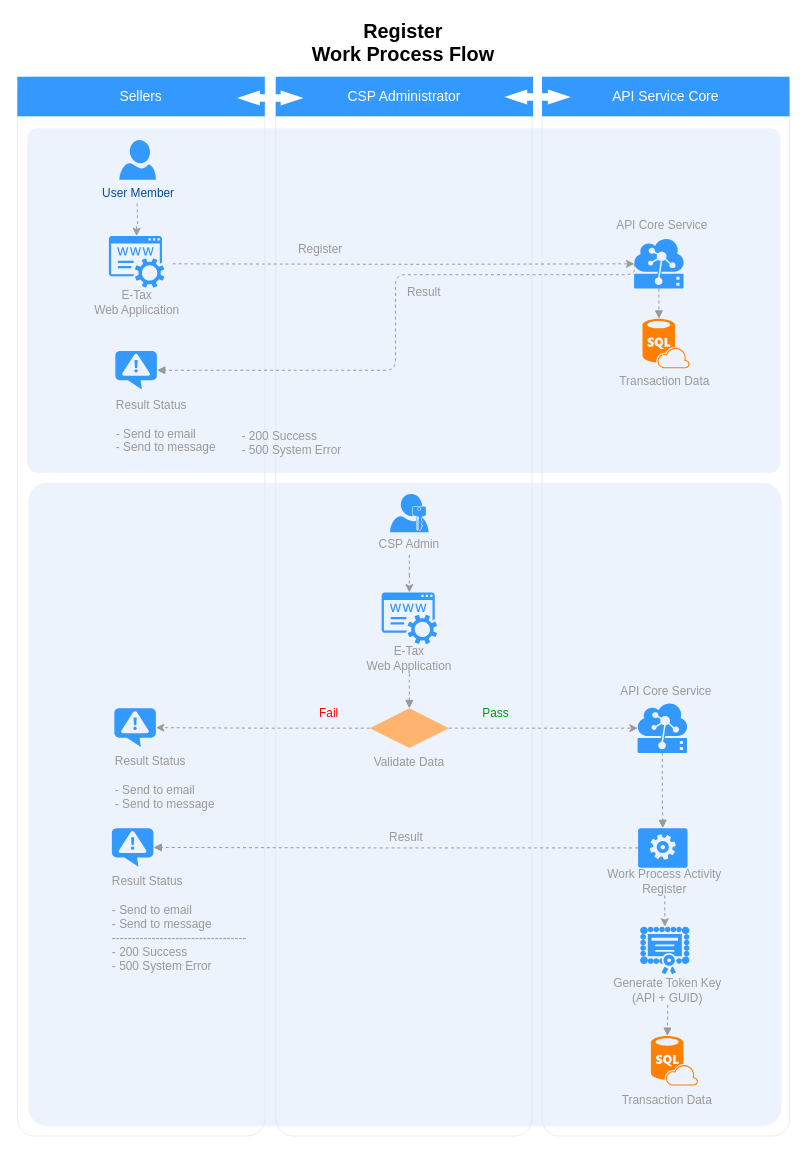
Above: Register Work Process Flow.drawio in nirawat/eTax (draw.io), before the change. Source tidied: cells renumbered, new cells numbered last; positions are measured from the earlier drawing's top-left corner, leaving out a move shared by most shapes. Both pictures are drawn from the tidied source at 99%, with x=0, y=0 at pixel (17, 17).
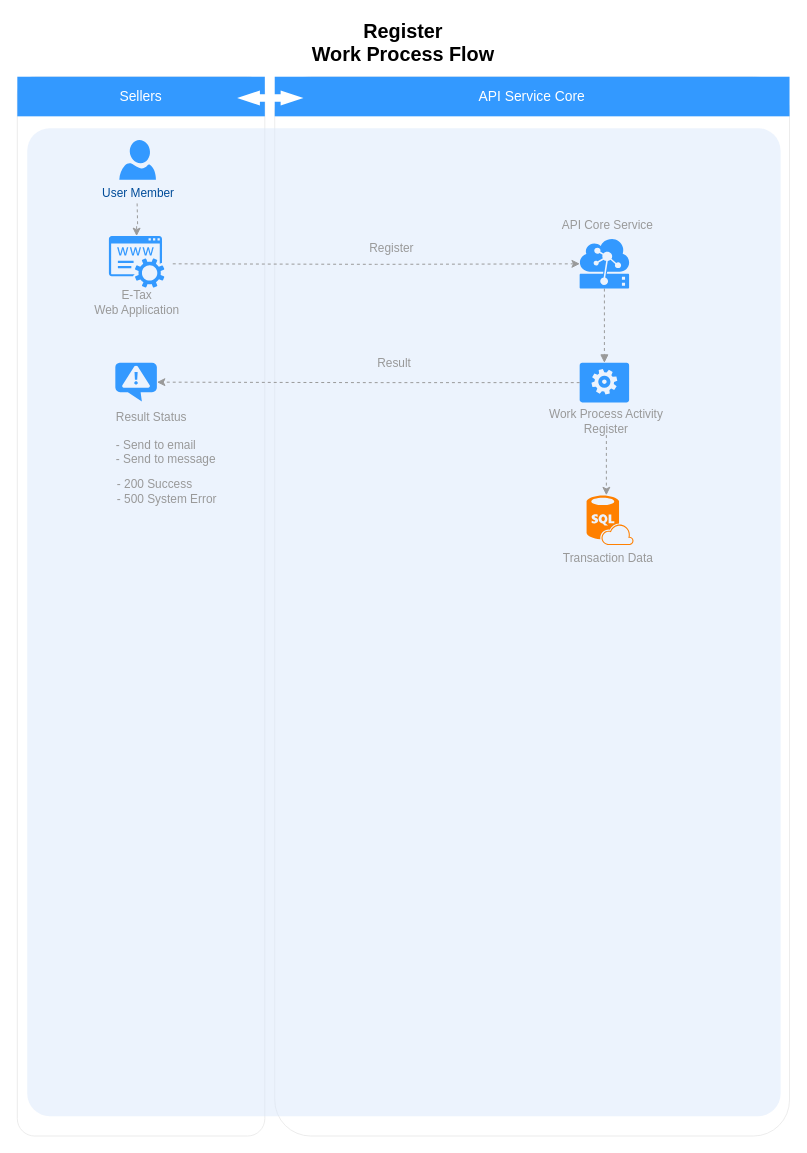
Above is the later version.

The edit, as a diff of the source:
```diff
@@
     <mxCell id="2" style="rounded=1;whiteSpace=wrap;html=1;strokeColor=#E6E6E6;strokeWidth=1;fillColor=#FFFFFF;fontFamily=Helvetica;fontSize=14;fontColor=#FFB366;opacity=75;verticalAlign=top;fontStyle=1;arcSize=7;" parent="1" vertex="1">
-      <mxGeometry x="530" y="60" width="250" height="1070" as="geometry" />
+      <mxGeometry x="260" y="60" width="520" height="1070" as="geometry" />
     </mxCell>
-    <mxCell id="3" style="rounded=1;whiteSpace=wrap;html=1;strokeColor=#E6E6E6;strokeWidth=1;fillColor=#FFFFFF;fontFamily=Helvetica;fontSize=14;fontColor=#FFB366;opacity=75;verticalAlign=top;fontStyle=1;arcSize=7;" parent="1" vertex="1">
-      <mxGeometry x="261" y="60" width="259" height="1070" as="geometry" />
-    </mxCell>
@@
-    <mxCell id="5" style="rounded=1;whiteSpace=wrap;html=1;strokeColor=none;strokeWidth=1;fillColor=#dae8fc;fontSize=12;align=center;arcSize=3;opacity=50;" parent="1" vertex="1">
-      <mxGeometry x="11" y="470" width="761" height="650" as="geometry" />
-    </mxCell>
     <mxCell id="6" style="rounded=1;whiteSpace=wrap;html=1;strokeColor=none;strokeWidth=1;fillColor=#dae8fc;fontSize=12;align=center;arcSize=3;opacity=50;" parent="1" vertex="1">
-      <mxGeometry x="10" y="112" width="761" height="348" as="geometry" />
+      <mxGeometry x="10" y="112" width="761" height="998" as="geometry" />
     </mxCell>
@@
-    <mxCell id="8" value="CSP Administrator" style="whiteSpace=wrap;html=1;dashed=1;strokeColor=none;strokeWidth=2;fillColor=#3399FF;fontFamily=Helvetica;fontSize=14;fontColor=#FFFFFF;fontStyle=0;" parent="1" vertex="1">
-      <mxGeometry x="261" y="60" width="260" height="40" as="geometry" />
-    </mxCell>
     <mxCell id="9" value="API Service Core" style="whiteSpace=wrap;html=1;dashed=1;strokeColor=none;strokeWidth=2;fillColor=#3399FF;fontFamily=Helvetica;fontSize=14;fontColor=#FFFFFF;fontStyle=0;" parent="1" vertex="1">
-      <mxGeometry x="530" y="60" width="250" height="40" as="geometry" />
+      <mxGeometry x="260" y="60" width="520" height="40" as="geometry" />
     </mxCell>
-    <mxCell id="10" style="shape=mxgraph.arrows.two_way_arrow_horizontal;html=1;verticalLabelPosition=bottom;verticalAlign=top;strokeWidth=2;strokeColor=none;dashed=1;fillColor=#FFFFFF;fontFamily=Verdana;fontSize=12;fontColor=#00BEF2;" parent="1" vertex="1">
-      <mxGeometry x="492" y="73" width="67" height="15" as="geometry" />
-    </mxCell>
@@
-    <mxCell id="14" style="group;" parent="1" vertex="1">
-      <mxGeometry x="600" y="913.5" width="114" height="81" as="geometry" />
-    </mxCell>
-    <mxCell id="15" value="Generate Token Key&lt;br&gt;(API + GUID)&lt;br&gt;" style="text;html=1;strokeColor=none;fillColor=none;align=center;verticalAlign=middle;whiteSpace=wrap;rounded=0;fontSize=12;fontColor=#999999;" parent="14" vertex="1">
-      <mxGeometry y="54" width="114" height="30" as="geometry" />
-    </mxCell>
-    <mxCell id="16" style="edgeStyle=orthogonalEdgeStyle;rounded=0;jettySize=auto;html=1;exitX=0.5;exitY=1;exitDx=0;exitDy=0;exitPerimeter=0;startArrow=none;startFill=0;endArrow=block;endFill=1;strokeColor=#999999;fontSize=12;fontColor=#999999;dashed=1;entryX=0.5;entryY=0;entryDx=0;entryDy=0;entryPerimeter=0;" parent="1" edge="1" source="17" target="20">
-      <mxGeometry relative="1" as="geometry" />
-    </mxCell>
-    <mxCell id="17" style="shadow=0;dashed=0;html=1;strokeColor=none;labelPosition=center;verticalLabelPosition=bottom;verticalAlign=top;align=center;shape=mxgraph.mscae.cloud.iot_edge;fillColor=#3399FF;fontSize=12;fontColor=#999999;" parent="1" vertex="1">
-      <mxGeometry x="626.5" y="693" width="50" height="50" as="geometry" />
-    </mxCell>
-    <mxCell id="18" value="API Core Service" style="text;html=1;strokeColor=none;fillColor=none;align=center;verticalAlign=middle;whiteSpace=wrap;rounded=0;fontSize=12;fontColor=#999999;" parent="1" vertex="1">
-      <mxGeometry x="605" y="666" width="101" height="29" as="geometry" />
-    </mxCell>
-    <mxCell id="19" style="group;" parent="1" vertex="1">
-      <mxGeometry x="614" y="819" width="120" height="68" as="geometry" />
-    </mxCell>
-    <mxCell id="20" style="verticalLabelPosition=bottom;html=1;verticalAlign=top;align=center;strokeColor=none;fillColor=#3399FF;shape=mxgraph.azure.worker_role;fontSize=12;fontColor=#999999;" parent="19" vertex="1">
-      <mxGeometry x="13" width="50" height="40" as="geometry" />
-    </mxCell>
-    <mxCell id="21" value="Work Process Activity&lt;br&gt;Register" style="text;html=1;strokeColor=none;fillColor=none;align=center;verticalAlign=middle;whiteSpace=wrap;rounded=0;fontSize=12;fontColor=#999999;" parent="19" vertex="1">
-      <mxGeometry x="-40" y="39" width="160" height="29" as="geometry" />
-    </mxCell>
-    <mxCell id="22" style="verticalLabelPosition=bottom;html=1;verticalAlign=top;align=center;strokeColor=none;fillColor=#3399FF;shape=mxgraph.azure.notification_topic;fontSize=12;fontColor=#999999;" parent="1" vertex="1">
-      <mxGeometry x="95.5" y="819" width="42" height="39" as="geometry" />
-    </mxCell>
-    <mxCell id="23" style="edgeStyle=orthogonalEdgeStyle;rounded=1;jettySize=auto;html=1;entryX=1;entryY=0.5;entryDx=0;entryDy=0;entryPerimeter=0;dashed=1;startArrow=none;startFill=0;endArrow=block;endFill=1;strokeColor=#999999;fontSize=12;fontColor=#999999;exitX=0;exitY=0.5;exitDx=0;exitDy=0;exitPerimeter=0;" parent="1" edge="1" source="20" target="22">
-      <mxGeometry relative="1" as="geometry" />
-    </mxCell>
-    <mxCell id="24" style="group;" parent="1" vertex="1">
-      <mxGeometry x="609" y="1029" width="108" height="79" as="geometry" />
-    </mxCell>
-    <mxCell id="25" style="group;" parent="24" vertex="1">
-      <mxGeometry width="108" height="79" as="geometry" />
-    </mxCell>
-    <mxCell id="26" value="Transaction Data" style="text;html=1;strokeColor=none;fillColor=none;align=left;verticalAlign=middle;whiteSpace=wrap;rounded=0;fontSize=12;fontColor=#999999;" parent="25" vertex="1">
-      <mxGeometry y="50" width="108" height="29" as="geometry" />
-    </mxCell>
-    <mxCell id="27" style="verticalLabelPosition=bottom;html=1;verticalAlign=top;align=center;strokeColor=none;fillColor=#FF8000;shape=mxgraph.azure.sql_database_sql_azure;fontSize=12;fontColor=#999999;" parent="25" vertex="1">
-      <mxGeometry x="31" width="47.5" height="50" as="geometry" />
-    </mxCell>
-    <mxCell id="28" style="edgeStyle=orthogonalEdgeStyle;rounded=0;jettySize=auto;html=1;exitX=1;exitY=0.5;exitDx=0;exitDy=0;entryX=0.005;entryY=0.5;entryDx=0;entryDy=0;entryPerimeter=0;dashed=1;strokeColor=#999999;" parent="1" edge="1" source="30" target="17">
-      <mxGeometry relative="1" as="geometry" />
-    </mxCell>
-    <mxCell id="29" style="edgeStyle=orthogonalEdgeStyle;rounded=0;jettySize=auto;html=1;exitX=0;exitY=0.5;exitDx=0;exitDy=0;entryX=1;entryY=0.5;entryDx=0;entryDy=0;entryPerimeter=0;dashed=1;strokeColor=#999999;" parent="1" edge="1" source="30" target="33">
-      <mxGeometry relative="1" as="geometry" />
-    </mxCell>
-    <mxCell id="30" style="rhombus;whiteSpace=wrap;html=1;strokeColor=none;strokeWidth=1;fillColor=#FFB570;fontSize=12;fontColor=#999999;align=left;" parent="1" vertex="1">
-      <mxGeometry x="356" y="698" width="80" height="40" as="geometry" />
-    </mxCell>
-    <mxCell id="31" style="edgeStyle=orthogonalEdgeStyle;rounded=0;jettySize=auto;html=1;exitX=0.5;exitY=1;exitDx=0;exitDy=0;dashed=1;strokeColor=#999999;" parent="1" edge="1" source="38" target="57">
-      <mxGeometry relative="1" as="geometry" />
-    </mxCell>
-    <mxCell id="32" value="Validate Data" style="text;html=1;strokeColor=none;fillColor=none;align=center;verticalAlign=middle;whiteSpace=wrap;rounded=0;fontSize=12;fontColor=#999999;" parent="1" vertex="1">
-      <mxGeometry x="341" y="743" width="110" height="20" as="geometry" />
-    </mxCell>
-    <mxCell id="33" style="verticalLabelPosition=bottom;html=1;verticalAlign=top;align=center;strokeColor=none;fillColor=#3399FF;shape=mxgraph.azure.notification_topic;fontSize=12;fontColor=#999999;" parent="1" vertex="1">
-      <mxGeometry x="98" y="698" width="42" height="39" as="geometry" />
-    </mxCell>
-    <mxCell id="34" value="Result Status&lt;br&gt;&lt;br&gt;- Send to email&lt;br&gt;- Send to message&lt;br&gt;" style="text;html=1;strokeColor=none;fillColor=none;align=left;verticalAlign=middle;whiteSpace=wrap;rounded=0;fontSize=12;fontColor=#999999;" parent="1" vertex="1">
-      <mxGeometry x="97" y="743" width="130" height="60" as="geometry" />
-    </mxCell>
-    <mxCell id="35" value="Pass" style="text;html=1;strokeColor=none;fillColor=none;align=center;verticalAlign=middle;whiteSpace=wrap;rounded=0;fontSize=12;fontColor=#009900;" parent="1" vertex="1">
-      <mxGeometry x="437" y="693" width="93" height="20" as="geometry" />
-    </mxCell>
-    <mxCell id="36" value="Fail" style="text;html=1;strokeColor=none;fillColor=none;align=center;verticalAlign=middle;whiteSpace=wrap;rounded=0;fontSize=12;fontColor=#FF0000;" parent="1" vertex="1">
-      <mxGeometry x="260" y="693" width="110" height="20" as="geometry" />
-    </mxCell>
-    <mxCell id="37" value="Result Status&lt;br&gt;&lt;br&gt;- Send to email&lt;br&gt;- Send to message&lt;br&gt;----------------------------------&lt;br&gt;- 200 Success&lt;br&gt;- 500 System Error&lt;br&gt;" style="text;html=1;strokeColor=none;fillColor=none;align=left;verticalAlign=middle;whiteSpace=wrap;rounded=0;fontSize=12;fontColor=#999999;" parent="1" vertex="1">
-      <mxGeometry x="94" y="861.5" width="143" height="108" as="geometry" />
-    </mxCell>
-    <mxCell id="38" value="&lt;font color=&quot;#999999&quot; style=&quot;font-size: 12px&quot;&gt;CSP Admin&lt;/font&gt;" style="text;html=1;strokeColor=none;fillColor=none;align=center;verticalAlign=middle;whiteSpace=wrap;rounded=0;fontSize=12;" parent="1" vertex="1">
-      <mxGeometry x="336" y="523" width="120" height="20" as="geometry" />
-    </mxCell>
@@
     <mxCell id="40" value="Register" style="text;html=1;strokeColor=none;fillColor=none;align=left;verticalAlign=middle;whiteSpace=wrap;rounded=0;fontSize=12;fontColor=#999999;" parent="1" vertex="1">
-      <mxGeometry x="282" y="225" width="59" height="20" as="geometry" />
+      <mxGeometry x="354" y="224" width="59" height="20" as="geometry" />
     </mxCell>
@@
-    <mxCell id="45" style="group;" parent="1" vertex="1">
-      <mxGeometry x="600.5" y="301.5" width="108" height="79" as="geometry" />
-    </mxCell>
-    <mxCell id="46" style="group;" parent="45" vertex="1">
-      <mxGeometry width="108" height="79" as="geometry" />
-    </mxCell>
-    <mxCell id="47" value="Transaction Data" style="text;html=1;strokeColor=none;fillColor=none;align=center;verticalAlign=middle;whiteSpace=wrap;rounded=0;fontSize=12;fontColor=#999999;" parent="46" vertex="1">
-      <mxGeometry x="-1" y="52" width="108" height="29" as="geometry" />
-    </mxCell>
-    <mxCell id="48" style="verticalLabelPosition=bottom;html=1;verticalAlign=top;align=center;strokeColor=none;fillColor=#FF8000;shape=mxgraph.azure.sql_database_sql_azure;fontSize=12;fontColor=#999999;" parent="46" vertex="1">
-      <mxGeometry x="31" y="3" width="47.5" height="50" as="geometry" />
-    </mxCell>
-    <mxCell id="49" style="edgeStyle=orthogonalEdgeStyle;rounded=1;jettySize=auto;html=1;exitX=0.5;exitY=1;exitDx=0;exitDy=0;exitPerimeter=0;entryX=0.35;entryY=0;entryDx=0;entryDy=0;entryPerimeter=0;dashed=1;startArrow=none;startFill=0;endArrow=block;endFill=1;strokeColor=#999999;fontSize=12;fontColor=#999999;" parent="1" edge="1" source="51" target="48">
+    <mxCell id="49" style="edgeStyle=orthogonalEdgeStyle;rounded=1;jettySize=auto;html=1;exitX=0.5;exitY=1;exitDx=0;exitDy=0;exitPerimeter=0;entryX=0.5;entryY=0;entryDx=0;entryDy=0;entryPerimeter=0;dashed=1;startArrow=none;startFill=0;endArrow=block;endFill=1;strokeColor=#999999;fontSize=12;fontColor=#999999;" parent="1" edge="1" source="51" target="67">
       <mxGeometry relative="1" as="geometry" />
     </mxCell>
-    <mxCell id="50" style="edgeStyle=orthogonalEdgeStyle;rounded=1;jettySize=auto;html=1;exitX=0.005;exitY=0.5;exitDx=0;exitDy=0;exitPerimeter=0;entryX=1;entryY=0.5;entryDx=0;entryDy=0;entryPerimeter=0;dashed=1;startArrow=none;startFill=0;endArrow=block;endFill=1;strokeColor=#999999;fontSize=12;fontColor=#999999;" parent="1" edge="1" source="51" target="53">
-      <mxGeometry relative="1" as="geometry">
-        <Array as="points">
-          <mxPoint x="623" y="260" />
-          <mxPoint x="382" y="260" />
-          <mxPoint x="382" y="357" />
-        </Array>
-      </mxGeometry>
-    </mxCell>
     <mxCell id="51" style="shadow=0;dashed=0;html=1;strokeColor=none;labelPosition=center;verticalLabelPosition=bottom;verticalAlign=top;align=center;shape=mxgraph.mscae.cloud.iot_edge;fillColor=#3399FF;fontSize=12;fontColor=#999999;" parent="1" vertex="1">
-      <mxGeometry x="623" y="224" width="50" height="50" as="geometry" />
+      <mxGeometry x="568" y="224" width="50" height="50" as="geometry" />
     </mxCell>
     <mxCell id="52" value="API Core Service" style="text;html=1;strokeColor=none;fillColor=none;align=center;verticalAlign=middle;whiteSpace=wrap;rounded=0;fontSize=12;fontColor=#999999;" parent="1" vertex="1">
-      <mxGeometry x="601" y="195" width="101" height="29" as="geometry" />
+      <mxGeometry x="546" y="195" width="101" height="29" as="geometry" />
     </mxCell>
     <mxCell id="53" style="verticalLabelPosition=bottom;html=1;verticalAlign=top;align=center;strokeColor=none;fillColor=#3399FF;shape=mxgraph.azure.notification_topic;fontSize=12;fontColor=#999999;" parent="1" vertex="1">
-      <mxGeometry x="99" y="337" width="42" height="39" as="geometry" />
+      <mxGeometry x="99" y="349" width="42" height="39" as="geometry" />
     </mxCell>
     <mxCell id="54" value="Result Status&lt;br&gt;&lt;br&gt;- Send to email&lt;br&gt;- Send to message&lt;br&gt;" style="text;html=1;strokeColor=none;fillColor=none;align=left;verticalAlign=middle;whiteSpace=wrap;rounded=0;fontSize=12;fontColor=#999999;" parent="1" vertex="1">
-      <mxGeometry x="98" y="376" width="152" height="74" as="geometry" />
+      <mxGeometry x="98" y="388" width="152" height="74" as="geometry" />
     </mxCell>
     <mxCell id="55" value="Result&amp;nbsp;" style="text;html=1;strokeColor=none;fillColor=none;align=left;verticalAlign=middle;whiteSpace=wrap;rounded=0;fontSize=12;fontColor=#999999;" parent="1" vertex="1">
-      <mxGeometry x="392" y="268" width="59" height="20" as="geometry" />
+      <mxGeometry x="361.5" y="340" width="59" height="20" as="geometry" />
     </mxCell>
-    <mxCell id="56" style="group;" parent="1" vertex="1">
-      <mxGeometry x="341" y="611" width="110" height="82" as="geometry" />
-    </mxCell>
-    <mxCell id="57" style="shadow=0;dashed=0;html=1;strokeColor=none;fillColor=#3399FF;labelPosition=center;verticalLabelPosition=bottom;verticalAlign=top;outlineConnect=0;align=center;shape=mxgraph.office.services.registrar_service;" parent="56" vertex="1">
-      <mxGeometry x="27" y="-30" width="56" height="52" as="geometry" />
-    </mxCell>
-    <mxCell id="58" value="E-Tax &lt;br&gt;Web Application" style="text;html=1;strokeColor=none;fillColor=none;align=center;verticalAlign=middle;whiteSpace=wrap;rounded=0;fontSize=12;fontColor=#999999;" parent="56" vertex="1">
-      <mxGeometry y="22" width="110" height="30" as="geometry" />
-    </mxCell>
     <mxCell id="59" value="- 200 Success&lt;br&gt;- 500 System Error&lt;br&gt;" style="text;html=1;strokeColor=none;fillColor=none;align=left;verticalAlign=middle;whiteSpace=wrap;rounded=0;fontSize=12;fontColor=#999999;" parent="1" vertex="1">
-      <mxGeometry x="224.5" y="413" width="152" height="34" as="geometry" />
+      <mxGeometry x="99" y="462" width="152" height="34" as="geometry" />
     </mxCell>
-    <mxCell id="60" style="shadow=0;dashed=0;html=1;strokeColor=none;labelPosition=center;verticalLabelPosition=bottom;verticalAlign=top;align=center;shape=mxgraph.mscae.enterprise.user_permissions;fillColor=#3399FF;fontSize=14;" parent="1" vertex="1">
-      <mxGeometry x="376.5" y="481.5" width="39" height="38.7" as="geometry" />
-    </mxCell>
-    <mxCell id="61" style="edgeStyle=orthogonalEdgeStyle;rounded=1;jettySize=auto;html=1;exitX=0.5;exitY=1;exitDx=0;exitDy=0;entryX=0.5;entryY=0;entryDx=0;entryDy=0;dashed=1;startArrow=none;startFill=0;endArrow=block;endFill=1;strokeColor=#999999;fontSize=12;fontColor=#999999;" parent="1" edge="1" source="58" target="30">
-      <mxGeometry relative="1" as="geometry" />
-    </mxCell>
-    <mxCell id="62" value="Result" style="text;html=1;strokeColor=none;fillColor=none;align=center;verticalAlign=middle;whiteSpace=wrap;rounded=0;fontSize=12;fontColor=#999999;" parent="1" vertex="1">
-      <mxGeometry x="338" y="818" width="110" height="20" as="geometry" />
-    </mxCell>
-    <mxCell id="63" style="shadow=0;dashed=0;html=1;strokeColor=none;labelPosition=center;verticalLabelPosition=bottom;verticalAlign=top;align=center;shape=mxgraph.mscae.intune.inventory_license;fillColor=#3399FF;fontSize=14;" parent="1" vertex="1">
-      <mxGeometry x="629" y="918.5" width="50" height="48" as="geometry" />
-    </mxCell>
-    <mxCell id="64" style="edgeStyle=orthogonalEdgeStyle;rounded=0;jettySize=auto;html=1;exitX=0.5;exitY=1;exitDx=0;exitDy=0;entryX=0.5;entryY=0;entryDx=0;entryDy=0;entryPerimeter=0;dashed=1;strokeColor=#999999;" parent="1" edge="1" source="21" target="63">
-      <mxGeometry relative="1" as="geometry" />
-    </mxCell>
-    <mxCell id="65" style="edgeStyle=orthogonalEdgeStyle;rounded=1;jettySize=auto;html=1;exitX=0.5;exitY=1;exitDx=0;exitDy=0;entryX=0.35;entryY=0;entryDx=0;entryDy=0;entryPerimeter=0;dashed=1;startArrow=none;startFill=0;endArrow=block;endFill=1;strokeColor=#999999;fontSize=12;fontColor=#999999;" parent="1" edge="1" source="15" target="27">
-      <mxGeometry relative="1" as="geometry" />
-    </mxCell>
+    <mxCell id="66" style="group;" parent="1" vertex="1">
+      <mxGeometry x="515" y="349" width="160" height="73" as="geometry" />
+    </mxCell>
+    <mxCell id="67" style="verticalLabelPosition=bottom;html=1;verticalAlign=top;align=center;strokeColor=none;fillColor=#3399FF;shape=mxgraph.azure.worker_role;fontSize=12;fontColor=#999999;" parent="66" vertex="1">
+      <mxGeometry x="53" width="50" height="40" as="geometry" />
+    </mxCell>
+    <mxCell id="21" value="Work Process Activity&lt;br&gt;Register" style="text;html=1;strokeColor=none;fillColor=none;align=center;verticalAlign=middle;whiteSpace=wrap;rounded=0;fontSize=12;fontColor=#999999;" parent="66" vertex="1">
+      <mxGeometry y="44" width="160" height="29" as="geometry" />
+    </mxCell>
+    <mxCell id="68" style="edgeStyle=elbowEdgeStyle;rounded=0;jettySize=auto;html=1;exitX=0;exitY=0.5;exitDx=0;exitDy=0;exitPerimeter=0;entryX=1;entryY=0.5;entryDx=0;entryDy=0;entryPerimeter=0;dashed=1;strokeColor=#999999;" parent="1" edge="1" source="67" target="53">
+      <mxGeometry relative="1" as="geometry" />
+    </mxCell>
+    <mxCell id="46" style="group;" parent="1" vertex="1">
+      <mxGeometry x="544" y="480" width="108" height="79" as="geometry" />
+    </mxCell>
+    <mxCell id="47" value="Transaction Data" style="text;html=1;strokeColor=none;fillColor=none;align=center;verticalAlign=middle;whiteSpace=wrap;rounded=0;fontSize=12;fontColor=#999999;" parent="46" vertex="1">
+      <mxGeometry x="-1" y="52" width="108" height="29" as="geometry" />
+    </mxCell>
+    <mxCell id="48" style="verticalLabelPosition=bottom;html=1;verticalAlign=top;align=center;strokeColor=none;fillColor=#FF8000;shape=mxgraph.azure.sql_database_sql_azure;fontSize=12;fontColor=#999999;" parent="46" vertex="1">
+      <mxGeometry x="31" y="3" width="47.5" height="50" as="geometry" />
+    </mxCell>
+    <mxCell id="69" style="edgeStyle=elbowEdgeStyle;rounded=0;jettySize=auto;html=1;exitX=0.5;exitY=1;exitDx=0;exitDy=0;entryX=0.413;entryY=-0.005;entryDx=0;entryDy=0;entryPerimeter=0;dashed=1;strokeColor=#999999;" parent="1" edge="1" source="21" target="48">
+      <mxGeometry relative="1" as="geometry" />
+    </mxCell>
```
